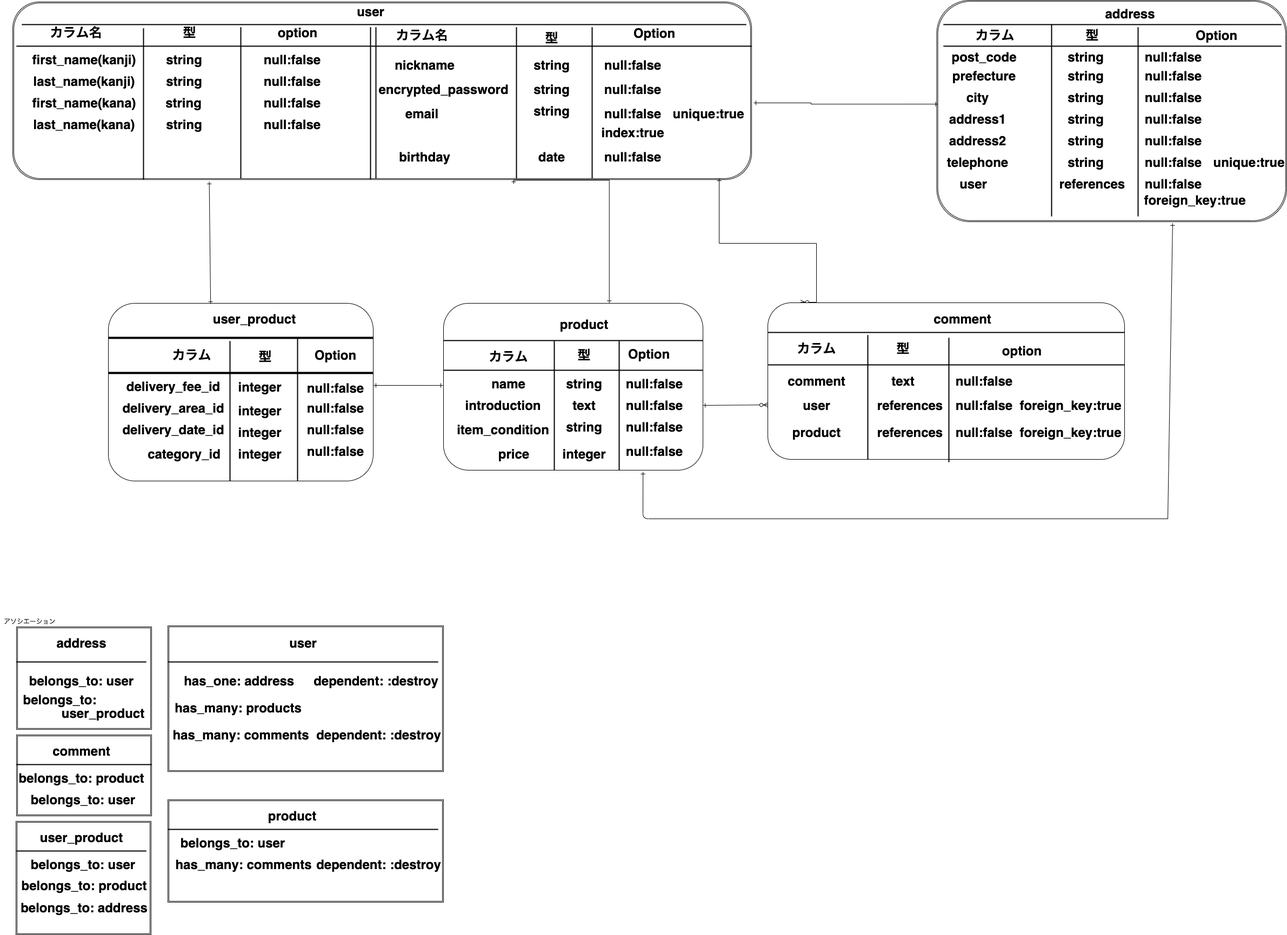
Kaneko-Yukihiro0117/furima-32413 keeps this draw.io diagram as furima32413.png. Above is the earlier version. Source tidied: cells renumbered, new cells last; positions are measured from the earlier drawing's top-left corner, leaving out a move shared by most shapes.
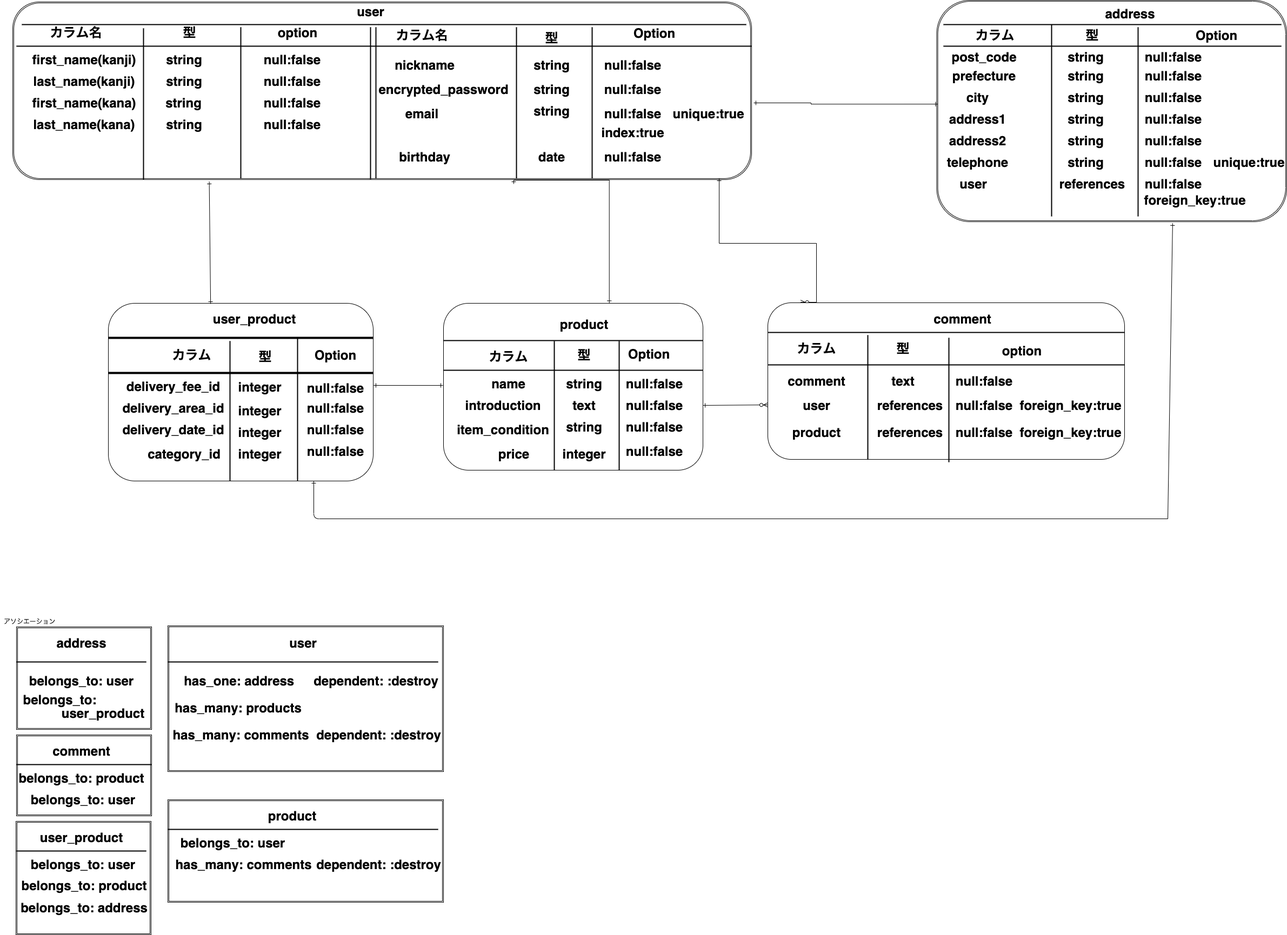
After the commit.

Commit message:
DB設計の修正３ーER図の修正

Change to the diagram source:
```diff
@@ -550,11 +550,12 @@
         <mxPoint x="2160" y="960" as="sourcePoint" />
       </mxGeometry>
     </mxCell>
-    <mxCell id="176" style="endArrow=ERone;html=1;entryX=0.769;entryY=1.01;entryDx=0;entryDy=0;entryPerimeter=0;endFill=0;" parent="1" edge="1" target="67">
+    <mxCell id="176" style="endArrow=ERone;html=1;endFill=0;" parent="1" edge="1">
       <mxGeometry relative="1" as="geometry">
         <mxPoint x="2160" y="960" as="sourcePoint" />
+        <mxPoint x="580" y="890" as="targetPoint" />
         <Array as="points">
-          <mxPoint x="1189" y="960" />
+          <mxPoint x="580" y="960" />
         </Array>
       </mxGeometry>
     </mxCell>
```
